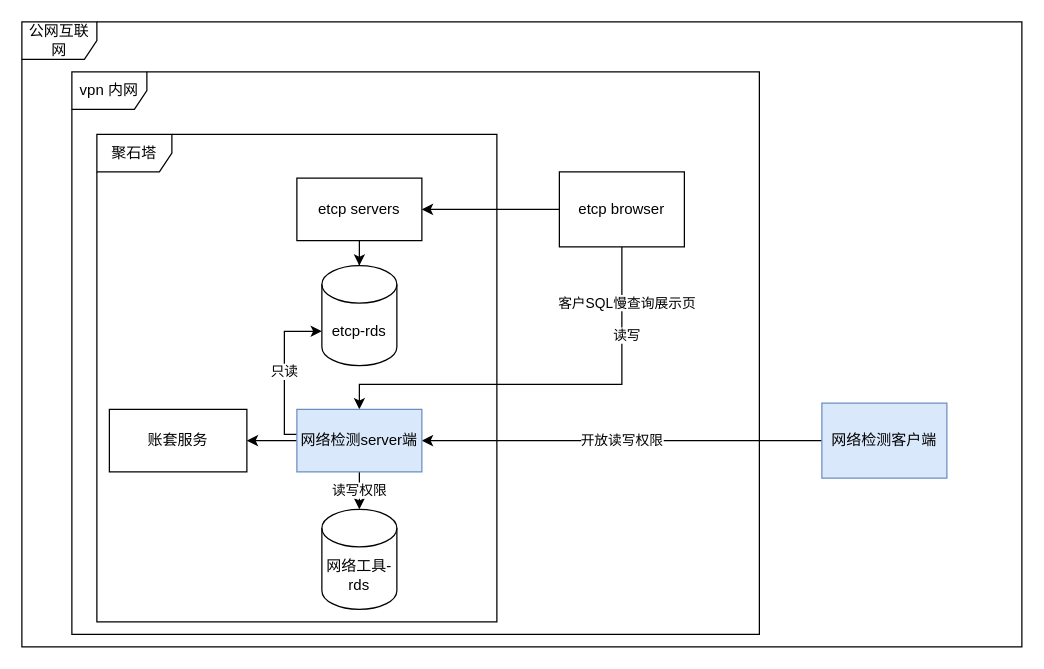
Before: netdiag.drawio in mashifei/uml, a draw.io diagram. Source tidied: cells renumbered, new cells numbered last; positions are measured from the earlier drawing's top-left corner, leaving out a move shared by most shapes. Both pictures are drawn from the tidied source at 125%, with x=0, y=0 at pixel (21, 21).
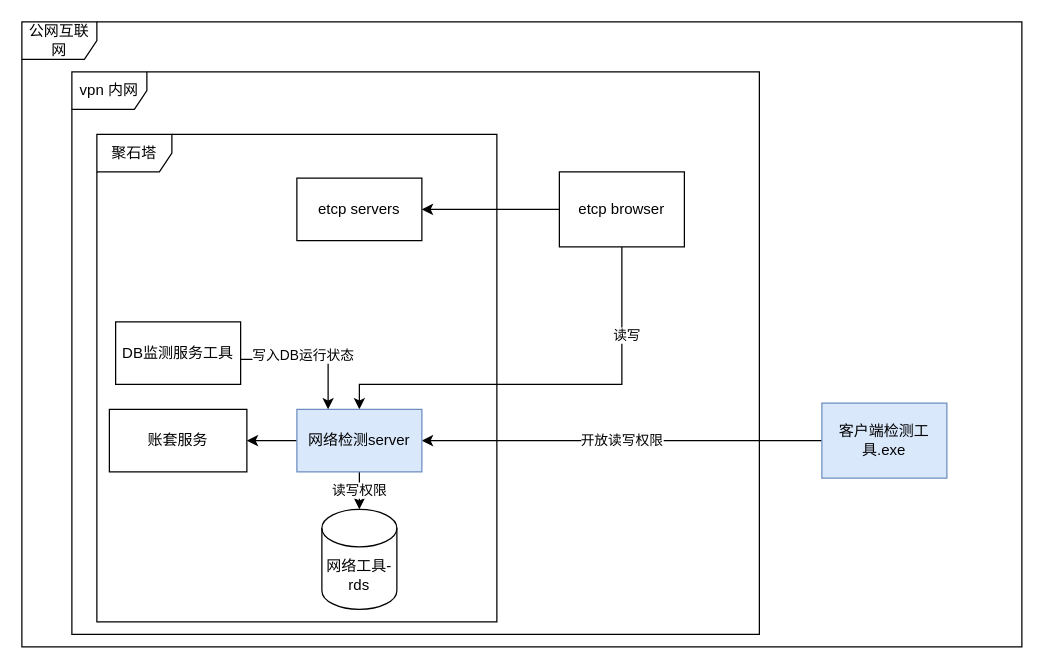
The same diagram, later.

The change refers to these unchanged cells:
```xml
<mxCell id="6" value="etcp servers" style="rounded=0;whiteSpace=wrap;html=1;" parent="1" vertex="1">
  <mxGeometry x="220" y="125" width="100" height="50" as="geometry" />
</mxCell>
<mxCell id="9" style="edgeStyle=orthogonalEdgeStyle;rounded=0;jettySize=auto;html=1;entryX=0.5;entryY=0;entryDx=0;entryDy=0;" parent="1" edge="1" source="12" target="19">
  <mxGeometry relative="1" as="geometry">
    <Array as="points">
      <mxPoint x="480" y="290" />
      <mxPoint x="270" y="290" />
    </Array>
  </mxGeometry>
</mxCell>
```

Diff of the diagram source:
```diff
@@
-    <mxCell id="5" style="edgeStyle=orthogonalEdgeStyle;rounded=0;jettySize=auto;html=1;" parent="1" edge="1" source="6" target="7">
-      <mxGeometry relative="1" as="geometry" />
-    </mxCell>
@@
-    <mxCell id="7" value="etcp-rds" style="shape=cylinder3;whiteSpace=wrap;html=1;boundedLbl=1;backgroundOutline=1;size=15;" parent="1" vertex="1">
-      <mxGeometry x="240" y="195" width="60" height="80" as="geometry" />
-    </mxCell>
@@
-    <mxCell id="10" value="客户SQL慢查询展示页" style="edgeLabel;html=1;align=center;verticalAlign=middle;" parent="9" vertex="1">
-      <mxGeometry x="-0.74" y="2" relative="1" as="geometry">
-        <mxPoint x="1" as="offset" />
-      </mxGeometry>
-    </mxCell>
@@
-    <mxCell id="14" value="网络检测客户端" style="rounded=0;whiteSpace=wrap;html=1;fillColor=#dae8fc;strokeColor=#6c8ebf;" parent="1" vertex="1">
+    <mxCell id="14" value="客户端检测工具.exe" style="rounded=0;whiteSpace=wrap;html=1;fillColor=#dae8fc;strokeColor=#6c8ebf;" parent="1" vertex="1">
       <mxGeometry x="640" y="305" width="100" height="60" as="geometry" />
     </mxCell>
-    <mxCell id="15" style="edgeStyle=orthogonalEdgeStyle;rounded=0;jettySize=auto;html=1;entryX=0;entryY=0;entryDx=0;entryDy=52.5;entryPerimeter=0;" parent="1" edge="1" source="19" target="7">
-      <mxGeometry relative="1" as="geometry">
-        <Array as="points">
-          <mxPoint x="210" y="330" />
-          <mxPoint x="210" y="248" />
-        </Array>
-      </mxGeometry>
-    </mxCell>
-    <mxCell id="16" value="只读" style="edgeLabel;html=1;align=center;verticalAlign=middle;" parent="15" vertex="1">
-      <mxGeometry y="1" relative="1" as="geometry" />
-    </mxCell>
@@
-    <mxCell id="19" value="网络检测server端" style="rounded=0;whiteSpace=wrap;html=1;fillColor=#dae8fc;strokeColor=#6c8ebf;" parent="1" vertex="1">
+    <mxCell id="19" value="网络检测server" style="rounded=0;whiteSpace=wrap;html=1;fillColor=#dae8fc;strokeColor=#6c8ebf;" parent="1" vertex="1">
       <mxGeometry x="220" y="310" width="100" height="50" as="geometry" />
     </mxCell>
@@
+    <mxCell id="22" style="edgeStyle=orthogonalEdgeStyle;rounded=0;jettySize=auto;html=1;entryX=0.25;entryY=0;entryDx=0;entryDy=0;" parent="1" edge="1" source="24" target="19">
+      <mxGeometry relative="1" as="geometry">
+        <Array as="points">
+          <mxPoint x="245" y="270" />
+        </Array>
+      </mxGeometry>
+    </mxCell>
+    <mxCell id="23" value="写入DB运行状态" style="edgeLabel;html=1;align=center;verticalAlign=middle;" parent="22" vertex="1">
+      <mxGeometry x="-0.11" y="4" relative="1" as="geometry" />
+    </mxCell>
+    <mxCell id="24" value="DB监测服务工具" style="rounded=0;whiteSpace=wrap;html=1;" parent="1" vertex="1">
+      <mxGeometry x="75" y="240" width="100" height="50" as="geometry" />
+    </mxCell>
```
